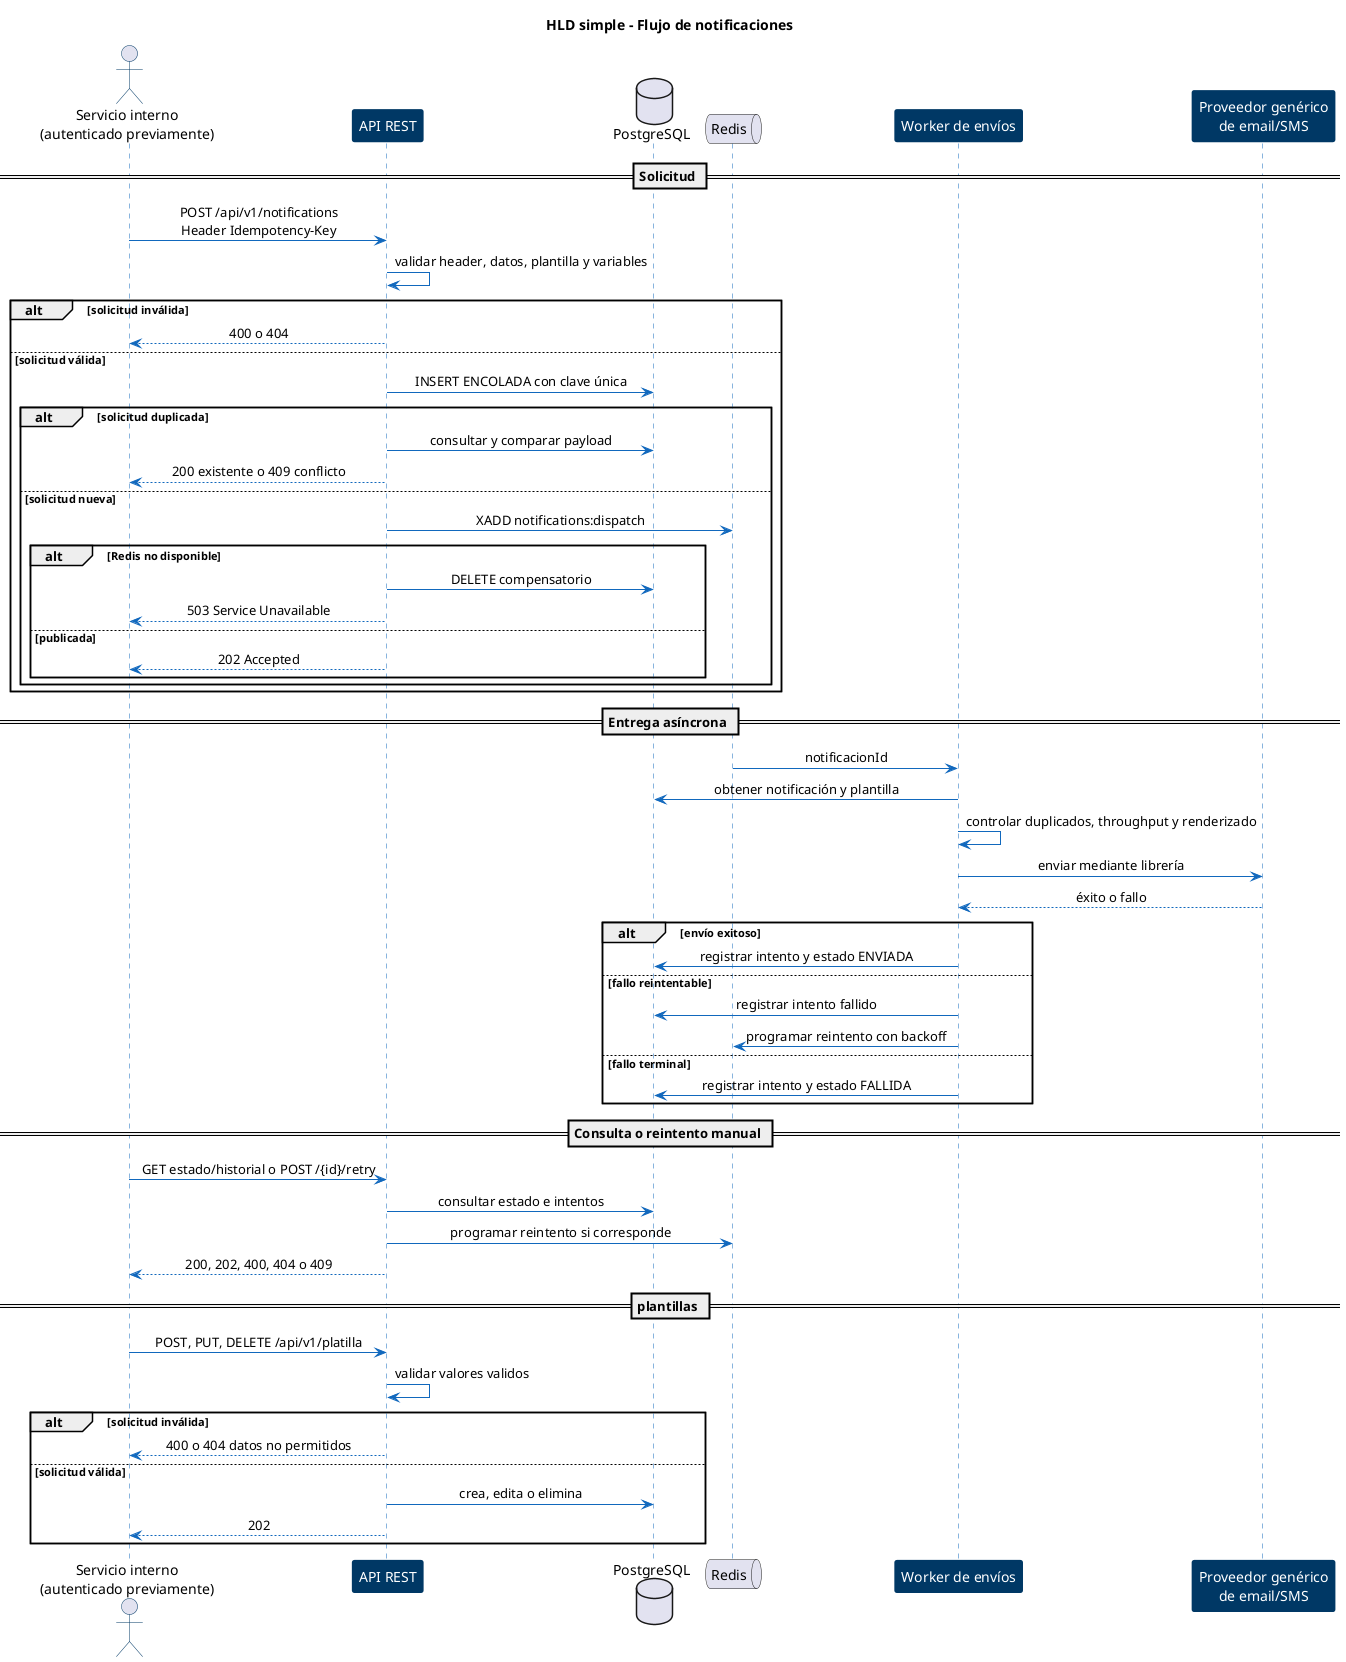
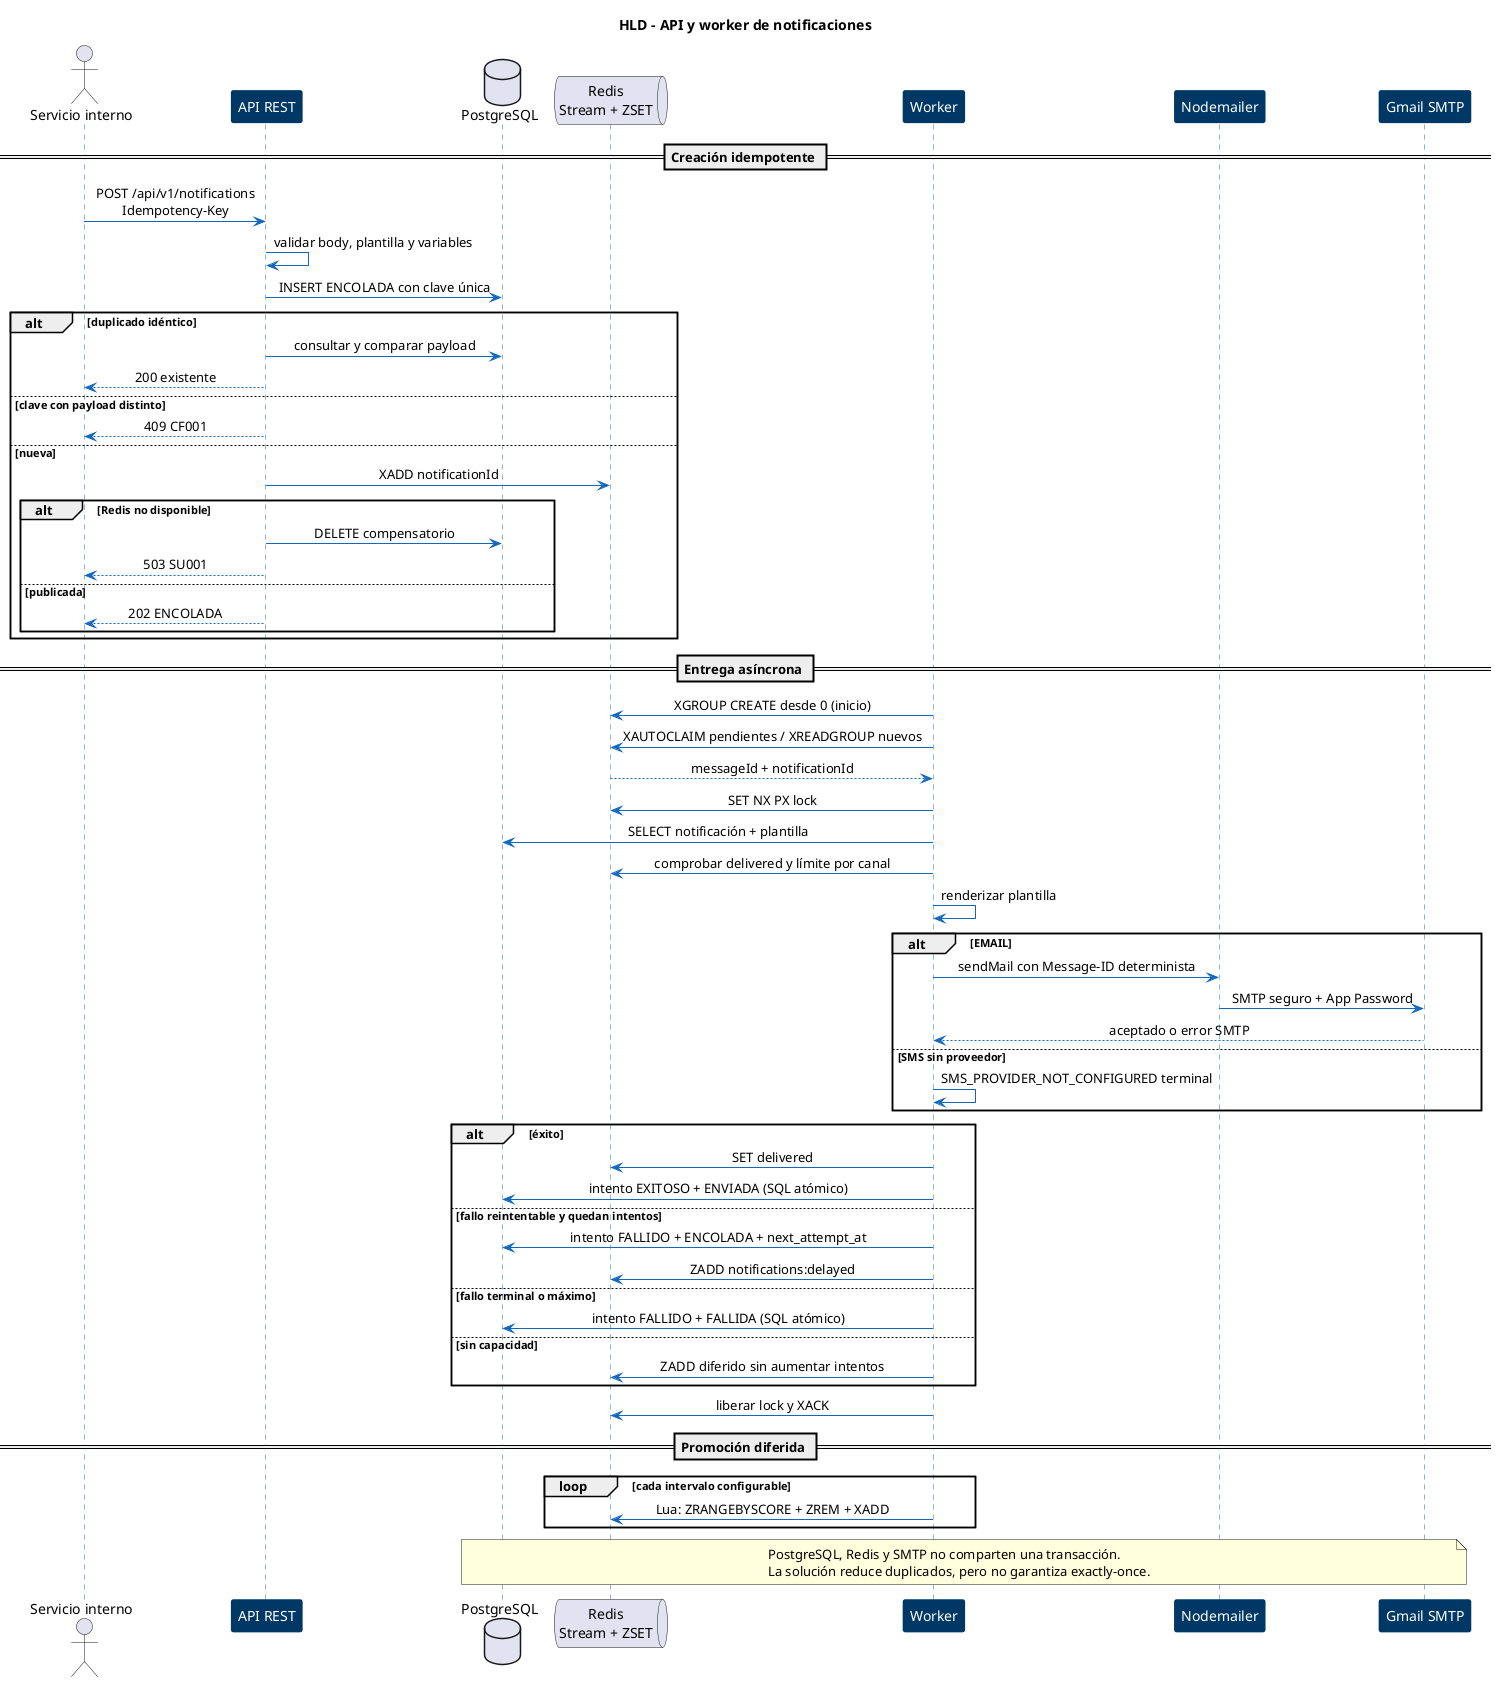
@startuml notificaciones-05-hld-secuencia
skinparam backgroundColor #FFFFFF
skinparam shadowing false
skinparam sequenceMessageAlign center
skinparam sequence {
-     ArrowColor #1168BD
-     LifeLineBorderColor #1168BD
-     ParticipantBorderColor #003865
-     ParticipantBackgroundColor #003865
-     ParticipantFontColor #FFFFFF
-     ActorBorderColor #003865
+   ArrowColor #1168BD
+   LifeLineBorderColor #1168BD
+   ParticipantBorderColor #003865
+   ParticipantBackgroundColor #003865
+   ParticipantFontColor #FFFFFF
}

- title HLD simple - Flujo de notificaciones
+ title HLD - API y worker de notificaciones

- actor "Servicio interno\n(autenticado previamente)" as emisor
+ actor "Servicio interno" as emisor
participant "API REST" as api
database "PostgreSQL" as db
- queue "Redis" as redis
- participant "Worker de envíos" as worker
- participant "Proveedor genérico\nde email/SMS" as proveedor
+ queue "Redis\nStream + ZSET" as redis
+ participant "Worker" as worker
+ participant "Nodemailer" as mailer
+ participant "Gmail SMTP" as gmail

- == Solicitud ==
- emisor -> api : POST /api/v1/notifications\nHeader Idempotency-Key
- api -> api : validar header, datos, plantilla y variables
- 
- alt solicitud inválida
-     api --> emisor : 400 o 404
- else solicitud válida
-     api -> db : INSERT ENCOLADA con clave única
-     alt solicitud duplicada
-         api -> db : consultar y comparar payload
-         api --> emisor : 200 existente o 409 conflicto
-     else solicitud nueva
-         api -> redis : XADD notifications:dispatch
-         alt Redis no disponible
-             api -> db : DELETE compensatorio
-             api --> emisor : 503 Service Unavailable
-         else publicada
-             api --> emisor : 202 Accepted
-         end
-     end
+ == Creación idempotente ==
+ emisor -> api : POST /api/v1/notifications\nIdempotency-Key
+ api -> api : validar body, plantilla y variables
+ api -> db : INSERT ENCOLADA con clave única
+ alt duplicado idéntico
+   api -> db : consultar y comparar payload
+   api --> emisor : 200 existente
+ else clave con payload distinto
+   api --> emisor : 409 CF001
+ else nueva
+   api -> redis : XADD notificationId
+   alt Redis no disponible
+     api -> db : DELETE compensatorio
+     api --> emisor : 503 SU001
+   else publicada
+     api --> emisor : 202 ENCOLADA
+   end
end

== Entrega asíncrona ==
- redis -> worker : notificacionId
- worker -> db : obtener notificación y plantilla
- worker -> worker : controlar duplicados, throughput y renderizado
- worker -> proveedor : enviar mediante librería
- proveedor --> worker : éxito o fallo
+ worker -> redis : XGROUP CREATE desde 0 (inicio)
+ worker -> redis : XAUTOCLAIM pendientes / XREADGROUP nuevos
+ redis --> worker : messageId + notificationId
+ worker -> redis : SET NX PX lock
+ worker -> db : SELECT notificación + plantilla
+ worker -> redis : comprobar delivered y límite por canal
+ worker -> worker : renderizar plantilla

- alt envío exitoso
-     worker -> db : registrar intento y estado ENVIADA
- else fallo reintentable
-     worker -> db : registrar intento fallido
-     worker -> redis : programar reintento con backoff
- else fallo terminal
-     worker -> db : registrar intento y estado FALLIDA
+ alt EMAIL
+   worker -> mailer : sendMail con Message-ID determinista
+   mailer -> gmail : SMTP seguro + App Password
+   gmail --> worker : aceptado o error SMTP
+ else SMS sin proveedor
+   worker -> worker : SMS_PROVIDER_NOT_CONFIGURED terminal
end

- == Consulta o reintento manual ==
- emisor -> api : GET estado/historial o POST /{id}/retry
- api -> db : consultar estado e intentos
- api -> redis : programar reintento si corresponde
- api --> emisor : 200, 202, 400, 404 o 409
+ alt éxito
+   worker -> redis : SET delivered
+   worker -> db : intento EXITOSO + ENVIADA (SQL atómico)
+ else fallo reintentable y quedan intentos
+   worker -> db : intento FALLIDO + ENCOLADA + next_attempt_at
+   worker -> redis : ZADD notifications:delayed
+ else fallo terminal o máximo
+   worker -> db : intento FALLIDO + FALLIDA (SQL atómico)
+ else sin capacidad
+   worker -> redis : ZADD diferido sin aumentar intentos
+ end
+ worker -> redis : liberar lock y XACK

+ == Promoción diferida ==
+ loop cada intervalo configurable
+   worker -> redis : Lua: ZRANGEBYSCORE + ZREM + XADD
+ end

- 
- == plantillas ==
- emisor -> api : POST, PUT, DELETE /api/v1/platilla
- api -> api : validar valores validos
- 
-     alt solicitud inválida
-         api --> emisor : 400 o 404 datos no permitidos
-     else solicitud válida
-         api -> db : crea, edita o elimina
-         api --> emisor : 202
-     end
- 
+ note over db, gmail
+ PostgreSQL, Redis y SMTP no comparten una transacción.
+ La solución reduce duplicados, pero no garantiza exactly-once.
+ end note
@enduml
